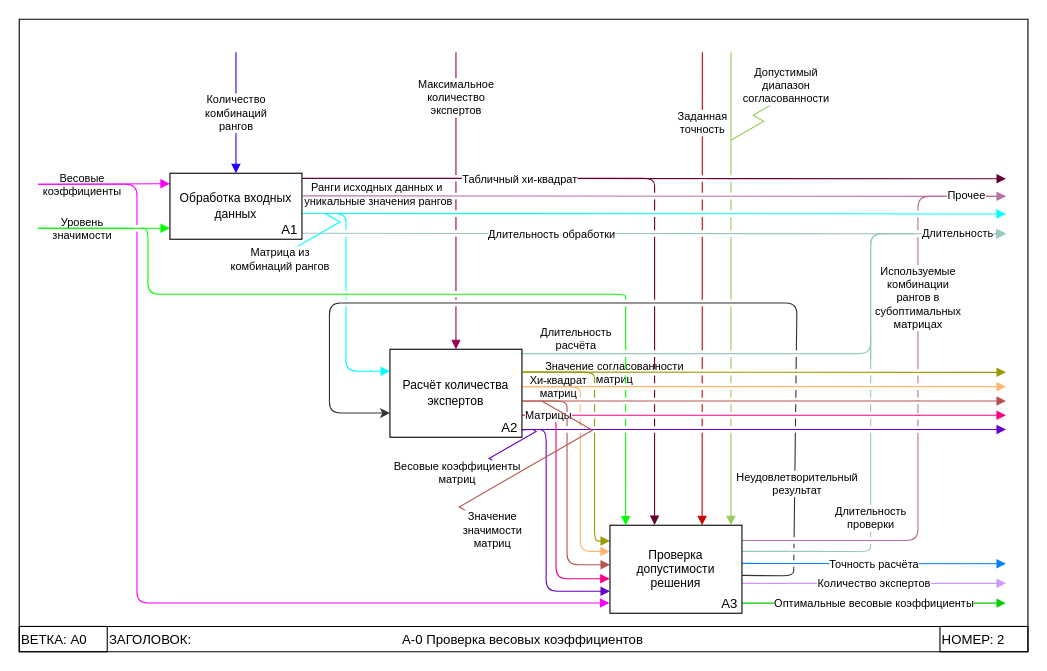
The draw.io diagram page "А0" (2 of 3) of draw_io/idef0 prog v2.drawio in Dimj1k/Works, before the edit. Source tidied: cells renumbered, new cells numbered last; positions are measured from the earlier drawing's top-left corner, leaving out a move shared by most shapes. Both pictures are drawn from the tidied source at 110%, with x=0, y=0 at pixel (19, 19).
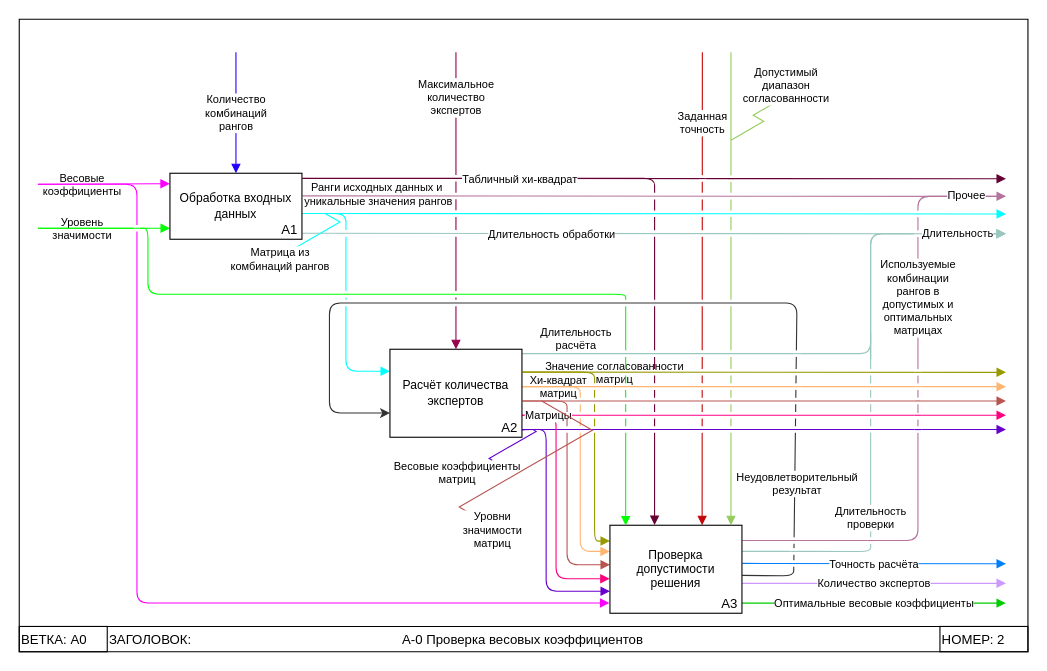
The same page after the edit.

Unchanged cells that the change refers to:
```xml
<mxCell id="44" value="Проверка допустимости решения" style="rounded=0;whiteSpace=wrap;html=1;fontSize=11;" parent="43" vertex="1">
  <mxGeometry width="120" height="80" as="geometry" />
</mxCell>
```

The edit, as a diff of the source:
```diff
@@
-    <mxCell id="3" value="Используемые&lt;br style=&quot;font-size: 10px;&quot;&gt;комбинации&lt;br style=&quot;font-size: 10px;&quot;&gt;рангов в&lt;br style=&quot;font-size: 10px;&quot;&gt;субоптимальных&lt;br style=&quot;font-size: 10px;&quot;&gt;матрицах" style="edgeStyle=elbowEdgeStyle;elbow=horizontal;endArrow=none;html=1;rounded=1;endSize=8;startSize=8;endFill=0;strokeColor=#B5739D;exitX=1.003;exitY=0.174;exitDx=0;exitDy=0;exitPerimeter=0;jumpStyle=gap;fontSize=10;strokeWidth=1;" parent="1" edge="1" source="44">
+    <mxCell id="3" value="Используемые&lt;br style=&quot;font-size: 10px;&quot;&gt;комбинации&lt;br style=&quot;font-size: 10px;&quot;&gt;рангов в&lt;br style=&quot;font-size: 10px;&quot;&gt;допустимых и&lt;br&gt;оптимальных&lt;br style=&quot;font-size: 10px;&quot;&gt;матрицах" style="edgeStyle=elbowEdgeStyle;elbow=horizontal;endArrow=none;html=1;rounded=1;endSize=8;startSize=8;endFill=0;strokeColor=#B5739D;exitX=1.003;exitY=0.174;exitDx=0;exitDy=0;exitPerimeter=0;jumpStyle=gap;fontSize=10;strokeWidth=1;" parent="1" edge="1" source="44">
       <mxGeometry x="0.38" relative="1" as="geometry">
         <mxPoint x="896" y="161" as="targetPoint" />
         <Array as="points">
           <mxPoint x="817" y="327" />
         </Array>
       </mxGeometry>
     </mxCell>
@@
-    <mxCell id="49" value="Значение&lt;br style=&quot;border-color: var(--border-color);&quot;&gt;значимости&lt;br style=&quot;border-color: var(--border-color);&quot;&gt;матриц" style="edgeStyle=isometricEdgeStyle;endArrow=none;html=1;rounded=0;elbow=vertical;strokeColor=#b85450;fontSize=10;" parent="1" edge="1">
+    <mxCell id="49" value="Уровни&lt;br&gt;значимости&lt;br style=&quot;border-color: var(--border-color);&quot;&gt;матриц" style="edgeStyle=isometricEdgeStyle;endArrow=none;html=1;rounded=0;elbow=vertical;strokeColor=#b85450;fontSize=10;" parent="1" edge="1">
       <mxGeometry x="-0.86" y="3" relative="1" as="geometry">
         <mxPoint x="446" y="470" as="sourcePoint" />
         <mxPoint x="475" y="347" as="targetPoint" />
       </mxGeometry>
     </mxCell>
```
